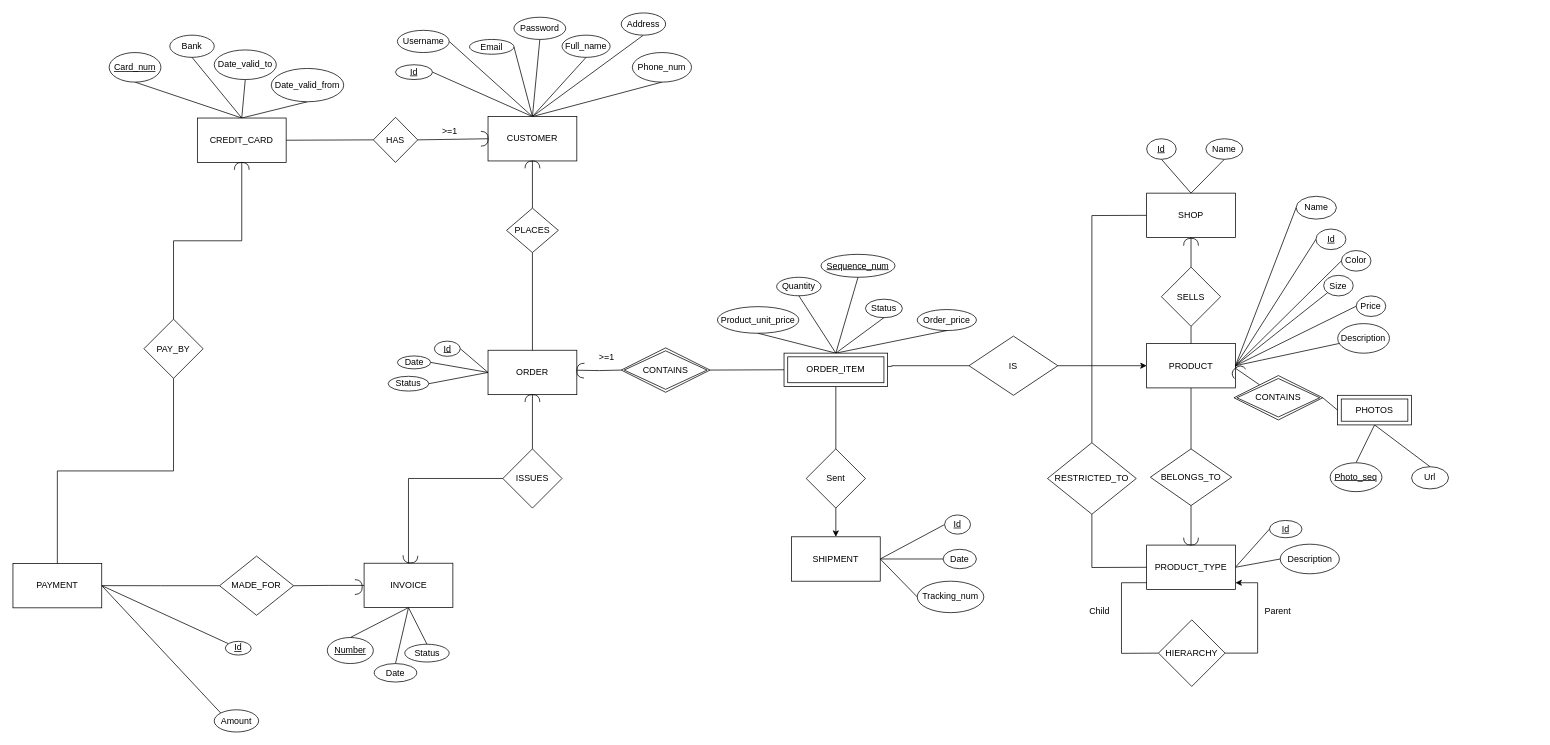
Anthony-Zou/CZ2007-INTRO-TO-DATABASE keeps this draw.io diagram as ERD_1.4.drawio. Above is the earlier version. Source tidied: cells renumbered, new cells numbered last; positions are measured from the earlier drawing's top-left corner, leaving out a move shared by most shapes. Both pictures are drawn from the tidied source at 74%, with x=0, y=0 at pixel (13, 13).
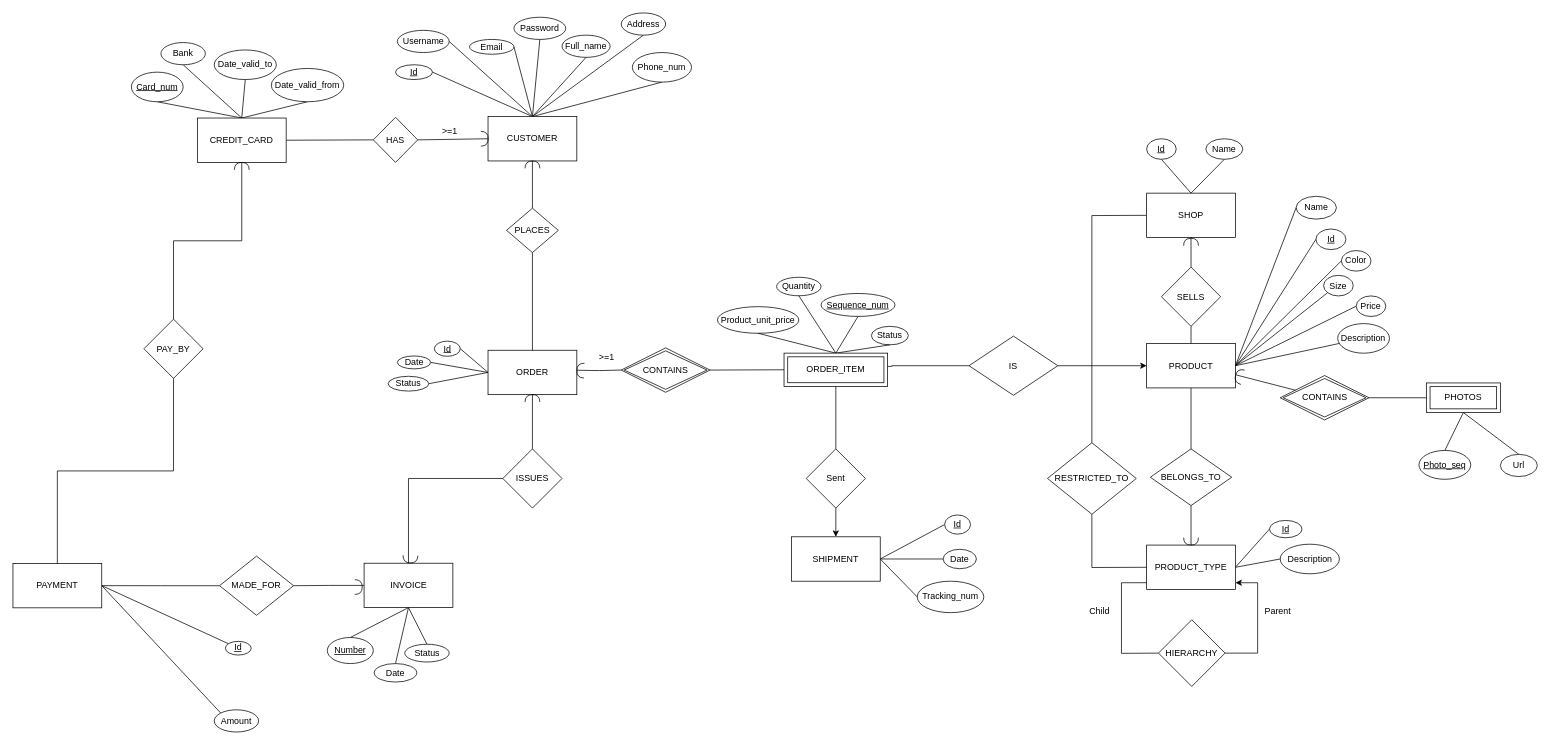
The same diagram, later.

Commit message:
Removed Order_price from ORDER_ITEM

The change refers to these unchanged cells:
```xml
<mxCell id="19" value="PRODUCT" style="rounded=0;whiteSpace=wrap;html=1;" parent="1" vertex="1">
  <mxGeometry x="1532" y="446.7" width="120" height="60" as="geometry" />
</mxCell>
<mxCell id="125" value="ORDER_ITEM" style="shape=ext;margin=3;double=1;whiteSpace=wrap;html=1;align=center;strokeColor=#000000;fillColor=#FFFFFF;" parent="1" vertex="1">
  <mxGeometry x="1042" y="459.7" width="140" height="45" as="geometry" />
</mxCell>
```

The edit, as a diff of the source:
```diff
@@
-    <mxCell id="18" style="edgeStyle=none;jettySize=auto;html=1;exitX=1;exitY=0.5;exitDx=0;exitDy=0;endArrow=none;strokeColor=#000000;startArrow=none;" parent="1" edge="1" source="161" target="160">
-      <mxGeometry relative="1" as="geometry" />
-    </mxCell>
@@
     <mxCell id="41" value="&lt;u&gt;Card_num&lt;/u&gt;" style="ellipse;whiteSpace=wrap;html=1;" parent="1" vertex="1">
-      <mxGeometry x="130" y="53.5" width="70" height="40" as="geometry" />
+      <mxGeometry x="160" y="80" width="70" height="40" as="geometry" />
     </mxCell>
@@
     <mxCell id="62" value="&lt;u&gt;Sequence_num&lt;/u&gt;" style="ellipse;whiteSpace=wrap;html=1;" parent="1" vertex="1">
-      <mxGeometry x="1092" y="326.2" width="100" height="31" as="geometry" />
+      <mxGeometry x="1092" y="379.1" width="100" height="31" as="geometry" />
     </mxCell>
@@
-    <mxCell id="64" value="Order_price" style="ellipse;whiteSpace=wrap;html=1;fillColor=#FFFFFF;" parent="1" vertex="1">
-      <mxGeometry x="1222" y="400.8" width="80" height="28.4" as="geometry" />
-    </mxCell>
@@
     <mxCell id="104" value="Status" style="ellipse;whiteSpace=wrap;html=1;" parent="1" vertex="1">
-      <mxGeometry x="1152" y="386.8" width="50" height="25" as="geometry" />
+      <mxGeometry x="1160" y="423.5" width="50" height="25" as="geometry" />
     </mxCell>
@@
-    <mxCell id="124" style="edgeStyle=none;rounded=0;jettySize=auto;html=1;exitX=0.5;exitY=0;exitDx=0;exitDy=0;entryX=0.5;entryY=1;entryDx=0;entryDy=0;endArrow=none;" parent="1" edge="1" source="125" target="64">
-      <mxGeometry relative="1" as="geometry" />
-    </mxCell>
@@
     <mxCell id="133" value="&lt;font color=&quot;#000000&quot;&gt;Bank&lt;/font&gt;" style="ellipse;whiteSpace=wrap;html=1;fontColor=#007FFF;" parent="1" vertex="1">
-      <mxGeometry x="212" y="30" width="60" height="30" as="geometry" />
+      <mxGeometry x="200" y="40" width="60" height="30" as="geometry" />
     </mxCell>
@@
     <mxCell id="156" value="PHOTOS" style="shape=ext;margin=3;double=1;whiteSpace=wrap;html=1;align=center;" parent="1" vertex="1">
-      <mxGeometry x="1790" y="516.7" width="100" height="40" as="geometry" />
+      <mxGeometry x="1910" y="500" width="100" height="40" as="geometry" />
     </mxCell>
     <mxCell id="157" value="Url" style="ellipse;whiteSpace=wrap;html=1;" parent="1" vertex="1">
-      <mxGeometry x="1890" y="613.2" width="50" height="30" as="geometry" />
+      <mxGeometry x="2010" y="596.5" width="50" height="30" as="geometry" />
     </mxCell>
     <mxCell id="158" value="&lt;u&gt;Photo_seq&lt;/u&gt;" style="ellipse;whiteSpace=wrap;html=1;" parent="1" vertex="1">
-      <mxGeometry x="1780" y="607.9" width="70" height="39" as="geometry" />
+      <mxGeometry x="1900" y="591.2" width="70" height="39" as="geometry" />
     </mxCell>
@@
     <mxCell id="160" value="CONTAINS" style="shape=rhombus;double=1;perimeter=rhombusPerimeter;whiteSpace=wrap;html=1;align=center;" parent="1" vertex="1">
-      <mxGeometry x="1650" y="490" width="120" height="60" as="geometry" />
+      <mxGeometry x="1712.5" y="490" width="120" height="60" as="geometry" />
     </mxCell>
+    <mxCell id="18" style="edgeStyle=none;jettySize=auto;html=1;exitX=1.007;exitY=0.707;exitDx=0;exitDy=0;endArrow=none;strokeColor=#000000;startArrow=none;exitPerimeter=0;" parent="1" edge="1" source="19" target="160">
+      <mxGeometry relative="1" as="geometry" />
+    </mxCell>
-    <mxCell id="161" style="shape=requiredInterface;html=1;verticalLabelPosition=bottom;rotation=-130;" parent="1" vertex="1">
-      <mxGeometry x="1650" y="473.8" width="10" height="20" as="geometry" />
+    <mxCell id="161" style="shape=requiredInterface;html=1;verticalLabelPosition=bottom;rotation=-165;" parent="1" vertex="1">
+      <mxGeometry x="1652" y="481" width="10" height="20" as="geometry" />
     </mxCell>
-    <mxCell id="162" style="edgeStyle=none;jettySize=auto;html=1;exitX=1;exitY=0.5;exitDx=0;exitDy=0;endArrow=none;strokeColor=#000000;" parent="1" edge="1" source="19" target="161">
-      <mxGeometry relative="1" as="geometry" />
-    </mxCell>
```
